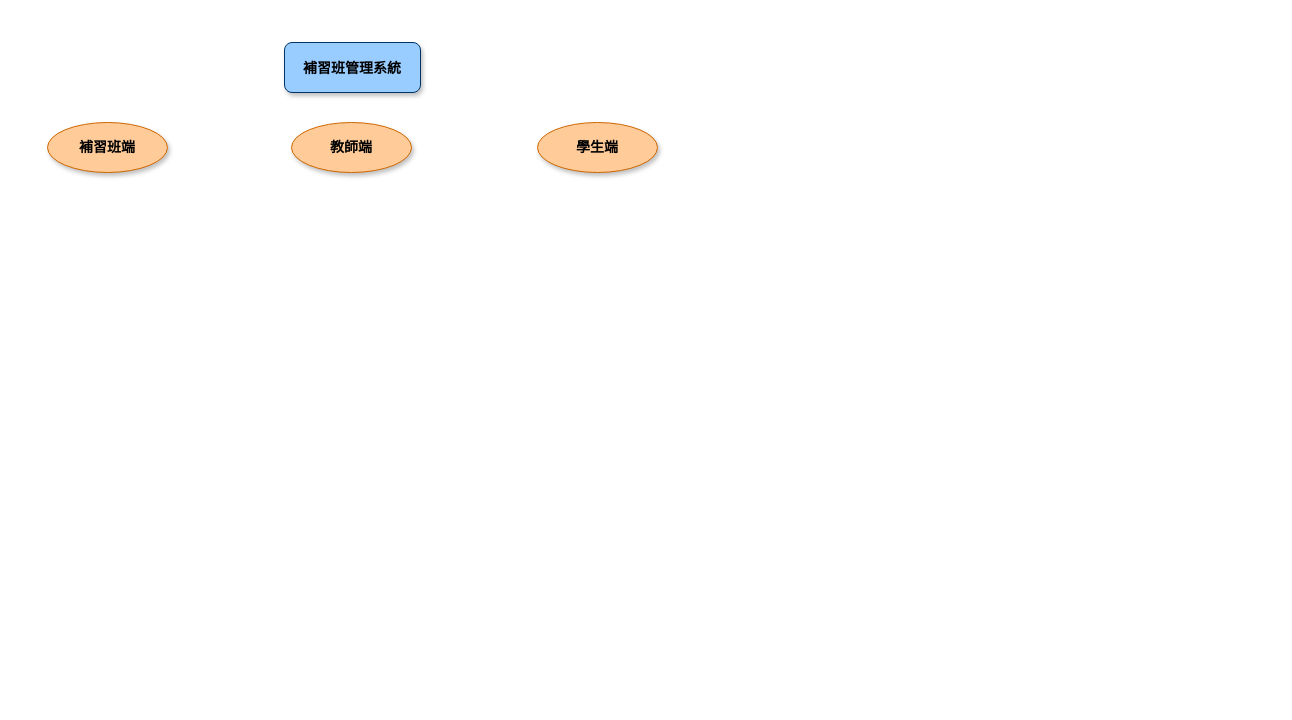
Before: 系統概念圖.drawio in LiaozhiCheng/CramSchoolApp, a draw.io diagram. Source tidied: cells renumbered, new cells numbered last; positions are measured from the earlier drawing's top-left corner, leaving out a move shared by most shapes. Both pictures are drawn from the tidied source at 100%, with x=0, y=0 at pixel (47, 42).
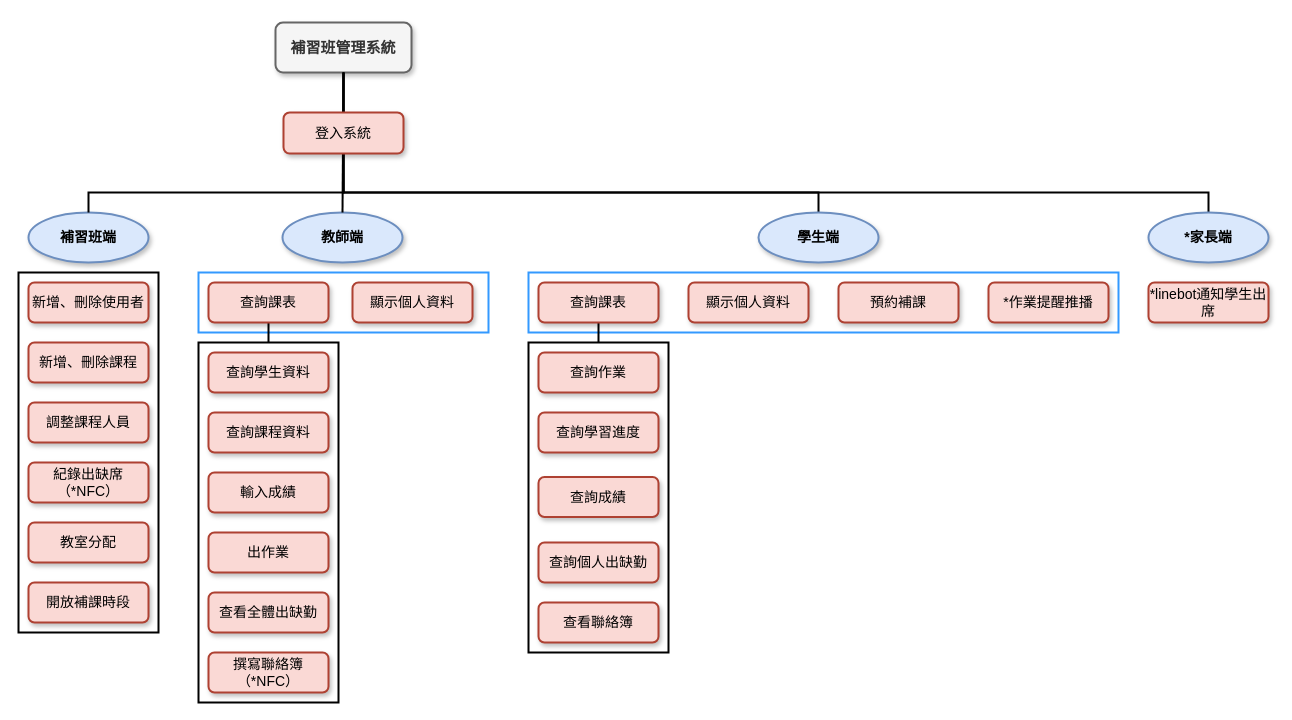
Above is the later version.

Commit message (it also covers changes not shown here):
Update 系統概念圖.drawio

Change to the diagram source:
```diff
@@
+    <mxCell id="6" style="rounded=0;whiteSpace=wrap;html=1;shadow=0;glass=0;labelBackgroundColor=none;strokeWidth=2;fillColor=none;gradientColor=none;strokeColor=#3399FF;fontSize=14;" parent="1" vertex="1">
+      <mxGeometry x="151" y="230" width="290" height="60" as="geometry" />
+    </mxCell>
+    <mxCell id="7" style="rounded=0;whiteSpace=wrap;html=1;shadow=0;glass=0;labelBackgroundColor=none;strokeWidth=2;fillColor=none;gradientColor=none;strokeColor=#3399FF;fontSize=14;" parent="1" vertex="1">
+      <mxGeometry x="481" y="230" width="590" height="60" as="geometry" />
+    </mxCell>
+    <mxCell id="8" style="rounded=0;whiteSpace=wrap;html=1;shadow=0;labelBackgroundColor=none;strokeWidth=2;glass=0;fillColor=none;fontSize=14;" parent="1" vertex="1">
+      <mxGeometry x="481" y="300" width="140" height="310" as="geometry" />
+    </mxCell>
+    <mxCell id="9" style="rounded=0;whiteSpace=wrap;html=1;shadow=0;labelBackgroundColor=none;strokeWidth=2;glass=0;fillColor=none;fontSize=14;" parent="1" vertex="1">
+      <mxGeometry x="151" y="300" width="140" height="360" as="geometry" />
+    </mxCell>
+    <mxCell id="10" style="rounded=0;whiteSpace=wrap;html=1;shadow=0;labelBackgroundColor=none;strokeWidth=2;glass=0;fillColor=none;fontSize=14;" parent="1" vertex="1">
+      <mxGeometry x="-29" y="230" width="140" height="360" as="geometry" />
+    </mxCell>
+    <mxCell id="11" style="group;fontSize=14;" parent="1" vertex="1">
+      <mxGeometry x="-9" y="70" width="610" height="150" as="geometry" />
+    </mxCell>
+    <mxCell id="3" value="&lt;font style=&quot;font-size: 14px;&quot;&gt;&lt;span style=&quot;font-size: 14px;&quot;&gt;補習班端&lt;/span&gt;&lt;/font&gt;" style="ellipse;whiteSpace=wrap;html=1;shadow=1;strokeColor=#6c8ebf;strokeWidth=2;gradientDirection=west;fillColor=#dae8fc;fontStyle=1;labelBackgroundColor=none;fontSize=14;" parent="11" vertex="1">
+      <mxGeometry x="-10" y="100" width="120" height="50" as="geometry" />
+    </mxCell>
+    <mxCell id="5" value="&lt;font style=&quot;font-size: 14px;&quot;&gt;&lt;span style=&quot;font-size: 14px;&quot;&gt;教師端&lt;/span&gt;&lt;/font&gt;" style="ellipse;whiteSpace=wrap;html=1;shadow=1;strokeColor=#6c8ebf;strokeWidth=2;gradientDirection=west;fillColor=#dae8fc;fontStyle=1;labelBackgroundColor=none;fontSize=14;" parent="11" vertex="1">
+      <mxGeometry x="244" y="100" width="120" height="50" as="geometry" />
+    </mxCell>
-    <mxCell id="2" value="&lt;b&gt;&lt;font style=&quot;font-size: 14px&quot;&gt;補習班管理系統&lt;/font&gt;&lt;/b&gt;" style="rounded=1;whiteSpace=wrap;html=1;fillColor=#99CCFF;shadow=1;strokeColor=#003366;fontSize=16;" parent="1" vertex="1">
-      <mxGeometry x="237" width="136" height="50" as="geometry" />
+    <mxCell id="2" value="&lt;span style=&quot;font-size: 15px;&quot;&gt;&lt;font style=&quot;font-size: 15px;&quot;&gt;補習班管理系統&lt;/font&gt;&lt;/span&gt;" style="rounded=1;whiteSpace=wrap;html=1;shadow=1;strokeColor=#666666;fontSize=15;strokeWidth=2;gradientDirection=west;fillColor=#f5f5f5;fontColor=#333333;fontStyle=1;labelBackgroundColor=none;" parent="1" vertex="1">
+      <mxGeometry x="228" y="-20" width="136" height="50" as="geometry" />
     </mxCell>
-    <mxCell id="3" value="&lt;font style=&quot;font-size: 14px&quot;&gt;&lt;b&gt;補習班端&lt;/b&gt;&lt;/font&gt;" style="ellipse;whiteSpace=wrap;html=1;shadow=1;strokeColor=#CC6600;fillColor=#FFCC99;" parent="1" vertex="1">
-      <mxGeometry y="80" width="120" height="50" as="geometry" />
-    </mxCell>
+    <mxCell id="12" style="endArrow=none;html=1;entryX=0.5;entryY=1;entryDx=0;entryDy=0;exitX=0.5;exitY=0;exitDx=0;exitDy=0;rounded=0;width=20px;strokeWidth=2;fontStyle=1;labelBackgroundColor=none;fontSize=14;" parent="1" edge="1" source="3" target="2">
+      <mxGeometry relative="1" as="geometry">
+        <Array as="points">
+          <mxPoint x="41" y="150" />
+          <mxPoint x="296" y="150" />
+        </Array>
+      </mxGeometry>
+    </mxCell>
+    <mxCell id="13" style="endArrow=none;html=1;entryX=0.5;entryY=1;entryDx=0;entryDy=0;exitX=0.5;exitY=0;exitDx=0;exitDy=0;rounded=0;strokeWidth=2;fontStyle=1;labelBackgroundColor=none;fontSize=14;" parent="1" edge="1" source="4" target="2">
+      <mxGeometry relative="1" as="geometry">
+        <Array as="points">
+          <mxPoint x="771" y="150" />
+          <mxPoint x="296" y="150" />
+        </Array>
+      </mxGeometry>
+    </mxCell>
+    <mxCell id="14" style="endArrow=none;html=1;entryX=0.5;entryY=1;entryDx=0;entryDy=0;exitX=0.5;exitY=0;exitDx=0;exitDy=0;strokeWidth=2;rounded=0;fontStyle=1;labelBackgroundColor=none;fontSize=14;" parent="1" edge="1" source="5" target="2">
+      <mxGeometry relative="1" as="geometry" />
+    </mxCell>
+    <mxCell id="15" style="edgeStyle=none;rounded=0;jettySize=auto;html=1;exitX=0.5;exitY=1;exitDx=0;exitDy=0;entryX=0.5;entryY=0;entryDx=0;entryDy=0;labelBackgroundColor=none;endArrow=none;strokeWidth=2;fontSize=14;" parent="1" edge="1" source="16" target="9">
+      <mxGeometry relative="1" as="geometry" />
+    </mxCell>
+    <mxCell id="16" value="查詢課表" style="rounded=1;whiteSpace=wrap;html=1;shadow=1;labelBackgroundColor=none;strokeColor=#ae4132;strokeWidth=2;fillColor=#fad9d5;fontSize=14;" parent="1" vertex="1">
+      <mxGeometry x="161" y="240" width="120" height="40" as="geometry" />
+    </mxCell>
-    <mxCell id="4" value="&lt;font style=&quot;font-size: 14px&quot;&gt;&lt;b&gt;學生端&lt;/b&gt;&lt;/font&gt;" style="ellipse;whiteSpace=wrap;html=1;shadow=1;strokeColor=#CC6600;fillColor=#FFCC99;" parent="1" vertex="1">
-      <mxGeometry x="490" y="80" width="120" height="50" as="geometry" />
+    <mxCell id="4" value="&lt;font style=&quot;font-size: 14px;&quot;&gt;&lt;span style=&quot;font-size: 14px;&quot;&gt;學生端&lt;/span&gt;&lt;/font&gt;" style="ellipse;whiteSpace=wrap;html=1;shadow=1;strokeColor=#6c8ebf;strokeWidth=2;gradientDirection=west;fillColor=#dae8fc;fontStyle=1;labelBackgroundColor=none;fontSize=14;" parent="1" vertex="1">
+      <mxGeometry x="711" y="170" width="120" height="50" as="geometry" />
     </mxCell>
-    <mxCell id="5" value="&lt;font style=&quot;font-size: 14px&quot;&gt;&lt;b&gt;教師端&lt;/b&gt;&lt;/font&gt;" style="ellipse;whiteSpace=wrap;html=1;shadow=1;strokeColor=#CC6600;fillColor=#FFCC99;" parent="1" vertex="1">
-      <mxGeometry x="244" y="80" width="120" height="50" as="geometry" />
-    </mxCell>
+    <mxCell id="17" value="查詢學習進度" style="rounded=1;whiteSpace=wrap;html=1;shadow=1;labelBackgroundColor=none;strokeColor=#ae4132;strokeWidth=2;fillColor=#fad9d5;fontSize=14;" parent="1" vertex="1">
+      <mxGeometry x="491" y="370" width="120" height="40" as="geometry" />
+    </mxCell>
+    <mxCell id="18" value="查詢作業" style="rounded=1;whiteSpace=wrap;html=1;shadow=1;labelBackgroundColor=none;strokeColor=#ae4132;strokeWidth=2;fillColor=#fad9d5;fontSize=14;" parent="1" vertex="1">
+      <mxGeometry x="491" y="310" width="120" height="40" as="geometry" />
+    </mxCell>
+    <mxCell id="19" value="顯示個人資料" style="rounded=1;whiteSpace=wrap;html=1;shadow=1;labelBackgroundColor=none;strokeColor=#ae4132;strokeWidth=2;fillColor=#fad9d5;fontSize=14;" parent="1" vertex="1">
+      <mxGeometry x="305" y="240" width="120" height="40" as="geometry" />
+    </mxCell>
+    <mxCell id="20" value="查詢課程資料" style="rounded=1;whiteSpace=wrap;html=1;shadow=1;labelBackgroundColor=none;strokeColor=#ae4132;strokeWidth=2;fillColor=#fad9d5;fontSize=14;" parent="1" vertex="1">
+      <mxGeometry x="161" y="370" width="120" height="40" as="geometry" />
+    </mxCell>
+    <mxCell id="21" value="查詢學生資料" style="rounded=1;whiteSpace=wrap;html=1;shadow=1;labelBackgroundColor=none;strokeColor=#ae4132;strokeWidth=2;fillColor=#fad9d5;fontSize=14;" parent="1" vertex="1">
+      <mxGeometry x="161" y="310" width="120" height="40" as="geometry" />
+    </mxCell>
+    <mxCell id="22" style="edgeStyle=none;rounded=0;jettySize=auto;html=1;exitX=0.5;exitY=1;exitDx=0;exitDy=0;entryX=0.5;entryY=0;entryDx=0;entryDy=0;labelBackgroundColor=none;endArrow=none;strokeWidth=2;fontSize=14;" parent="1" edge="1" source="23" target="8">
+      <mxGeometry relative="1" as="geometry" />
+    </mxCell>
+    <mxCell id="23" value="查詢課表" style="rounded=1;whiteSpace=wrap;html=1;shadow=1;labelBackgroundColor=none;strokeColor=#ae4132;strokeWidth=2;fillColor=#fad9d5;fontSize=14;" parent="1" vertex="1">
+      <mxGeometry x="491" y="240" width="120" height="40" as="geometry" />
+    </mxCell>
+    <mxCell id="24" value="顯示個人資料" style="rounded=1;whiteSpace=wrap;html=1;shadow=1;labelBackgroundColor=none;strokeColor=#ae4132;strokeWidth=2;fillColor=#fad9d5;fontSize=14;" parent="1" vertex="1">
+      <mxGeometry x="641" y="240" width="120" height="40" as="geometry" />
+    </mxCell>
+    <mxCell id="25" value="查詢個人出缺勤" style="rounded=1;whiteSpace=wrap;html=1;shadow=1;labelBackgroundColor=none;strokeColor=#ae4132;strokeWidth=2;fillColor=#fad9d5;fontSize=14;" parent="1" vertex="1">
+      <mxGeometry x="491" y="500" width="120" height="40" as="geometry" />
+    </mxCell>
+    <mxCell id="26" value="查詢成績" style="rounded=1;whiteSpace=wrap;html=1;shadow=1;labelBackgroundColor=none;strokeColor=#ae4132;strokeWidth=2;fillColor=#fad9d5;fontSize=14;" parent="1" vertex="1">
+      <mxGeometry x="491" y="434.5" width="120" height="40" as="geometry" />
+    </mxCell>
+    <mxCell id="27" value="輸入成績" style="rounded=1;whiteSpace=wrap;html=1;shadow=1;labelBackgroundColor=none;strokeColor=#ae4132;strokeWidth=2;fillColor=#fad9d5;fontSize=14;" parent="1" vertex="1">
+      <mxGeometry x="161" y="430" width="120" height="40" as="geometry" />
+    </mxCell>
+    <mxCell id="28" value="開放補課時段" style="rounded=1;whiteSpace=wrap;html=1;shadow=1;labelBackgroundColor=none;strokeColor=#ae4132;strokeWidth=2;fillColor=#fad9d5;fontSize=14;" parent="1" vertex="1">
+      <mxGeometry x="-19" y="540" width="120" height="40" as="geometry" />
+    </mxCell>
+    <mxCell id="29" value="教室分配" style="rounded=1;whiteSpace=wrap;html=1;shadow=1;labelBackgroundColor=none;strokeColor=#ae4132;strokeWidth=2;fillColor=#fad9d5;fontSize=14;" parent="1" vertex="1">
+      <mxGeometry x="-19" y="480" width="120" height="40" as="geometry" />
+    </mxCell>
+    <mxCell id="30" value="紀錄出缺席&lt;br style=&quot;font-size: 14px;&quot;&gt;（*NFC）" style="rounded=1;whiteSpace=wrap;html=1;shadow=1;labelBackgroundColor=none;strokeColor=#ae4132;strokeWidth=2;fillColor=#fad9d5;fontSize=14;" parent="1" vertex="1">
+      <mxGeometry x="-19" y="420" width="120" height="40" as="geometry" />
+    </mxCell>
+    <mxCell id="31" value="新增、刪除使用者" style="rounded=1;whiteSpace=wrap;html=1;shadow=1;labelBackgroundColor=none;strokeColor=#ae4132;strokeWidth=2;fillColor=#fad9d5;fontSize=14;" parent="1" vertex="1">
+      <mxGeometry x="-19" y="240" width="120" height="40" as="geometry" />
+    </mxCell>
+    <mxCell id="32" value="出作業" style="rounded=1;whiteSpace=wrap;html=1;shadow=1;labelBackgroundColor=none;strokeColor=#ae4132;strokeWidth=2;fillColor=#fad9d5;fontSize=14;" parent="1" vertex="1">
+      <mxGeometry x="161" y="490" width="120" height="40" as="geometry" />
+    </mxCell>
+    <mxCell id="33" style="endArrow=none;html=1;entryX=0.5;entryY=1;entryDx=0;entryDy=0;rounded=0;strokeWidth=2;fontStyle=1;labelBackgroundColor=none;exitX=0.5;exitY=0;exitDx=0;exitDy=0;fontSize=14;" parent="1" edge="1" source="35" target="2">
+      <mxGeometry relative="1" as="geometry">
+        <Array as="points">
+          <mxPoint x="1161" y="150" />
+          <mxPoint x="296" y="150" />
+        </Array>
+      </mxGeometry>
+    </mxCell>
+    <mxCell id="34" value="登入系統" style="rounded=1;whiteSpace=wrap;html=1;shadow=1;labelBackgroundColor=none;strokeColor=#ae4132;strokeWidth=2;fillColor=#fad9d5;fontSize=14;" parent="1" vertex="1">
+      <mxGeometry x="236" y="70" width="120" height="41" as="geometry" />
+    </mxCell>
+    <mxCell id="35" value="&lt;font style=&quot;font-size: 14px;&quot;&gt;&lt;span style=&quot;font-size: 14px;&quot;&gt;*家長端&lt;/span&gt;&lt;/font&gt;" style="ellipse;whiteSpace=wrap;html=1;shadow=1;strokeColor=#6c8ebf;strokeWidth=2;gradientDirection=west;fillColor=#dae8fc;fontStyle=1;labelBackgroundColor=none;fontSize=14;" parent="1" vertex="1">
+      <mxGeometry x="1101" y="170" width="120" height="50" as="geometry" />
+    </mxCell>
+    <mxCell id="36" value="*作業提醒推播" style="rounded=1;whiteSpace=wrap;html=1;shadow=1;labelBackgroundColor=none;strokeColor=#ae4132;strokeWidth=2;fillColor=#fad9d5;fontSize=14;" parent="1" vertex="1">
+      <mxGeometry x="941" y="240" width="120" height="40" as="geometry" />
+    </mxCell>
+    <mxCell id="37" value="*linebot通知學生出席" style="rounded=1;whiteSpace=wrap;html=1;shadow=1;labelBackgroundColor=none;strokeColor=#ae4132;strokeWidth=2;fillColor=#fad9d5;fontSize=14;" parent="1" vertex="1">
+      <mxGeometry x="1101" y="240" width="120" height="40" as="geometry" />
+    </mxCell>
+    <mxCell id="38" value="新增、刪除課程" style="rounded=1;whiteSpace=wrap;html=1;shadow=1;labelBackgroundColor=none;strokeColor=#ae4132;strokeWidth=2;fillColor=#fad9d5;fontSize=14;" parent="1" vertex="1">
+      <mxGeometry x="-19" y="300" width="120" height="40" as="geometry" />
+    </mxCell>
+    <mxCell id="39" value="預約補課" style="rounded=1;whiteSpace=wrap;html=1;shadow=1;labelBackgroundColor=none;strokeColor=#ae4132;strokeWidth=2;fillColor=#fad9d5;fontSize=14;" parent="1" vertex="1">
+      <mxGeometry x="791" y="240" width="120" height="40" as="geometry" />
+    </mxCell>
+    <mxCell id="40" value="查看全體出缺勤" style="rounded=1;whiteSpace=wrap;html=1;shadow=1;labelBackgroundColor=none;strokeColor=#ae4132;strokeWidth=2;fillColor=#fad9d5;fontSize=14;" parent="1" vertex="1">
+      <mxGeometry x="161" y="550" width="120" height="40" as="geometry" />
+    </mxCell>
+    <mxCell id="41" value="調整課程人員" style="rounded=1;whiteSpace=wrap;html=1;shadow=1;labelBackgroundColor=none;strokeColor=#ae4132;strokeWidth=2;fillColor=#fad9d5;fontSize=14;" parent="1" vertex="1">
+      <mxGeometry x="-19" y="360" width="120" height="40" as="geometry" />
+    </mxCell>
+    <mxCell id="42" value="撰寫聯絡簿&lt;br style=&quot;font-size: 14px;&quot;&gt;（*NFC）" style="rounded=1;whiteSpace=wrap;html=1;shadow=1;labelBackgroundColor=none;strokeColor=#ae4132;strokeWidth=2;fillColor=#fad9d5;fontSize=14;" parent="1" vertex="1">
+      <mxGeometry x="161" y="610" width="120" height="40" as="geometry" />
+    </mxCell>
+    <mxCell id="43" value="查看聯絡簿" style="rounded=1;whiteSpace=wrap;html=1;shadow=1;labelBackgroundColor=none;strokeColor=#ae4132;strokeWidth=2;fillColor=#fad9d5;fontSize=14;" parent="1" vertex="1">
+      <mxGeometry x="491" y="560" width="120" height="40" as="geometry" />
+    </mxCell>
```
